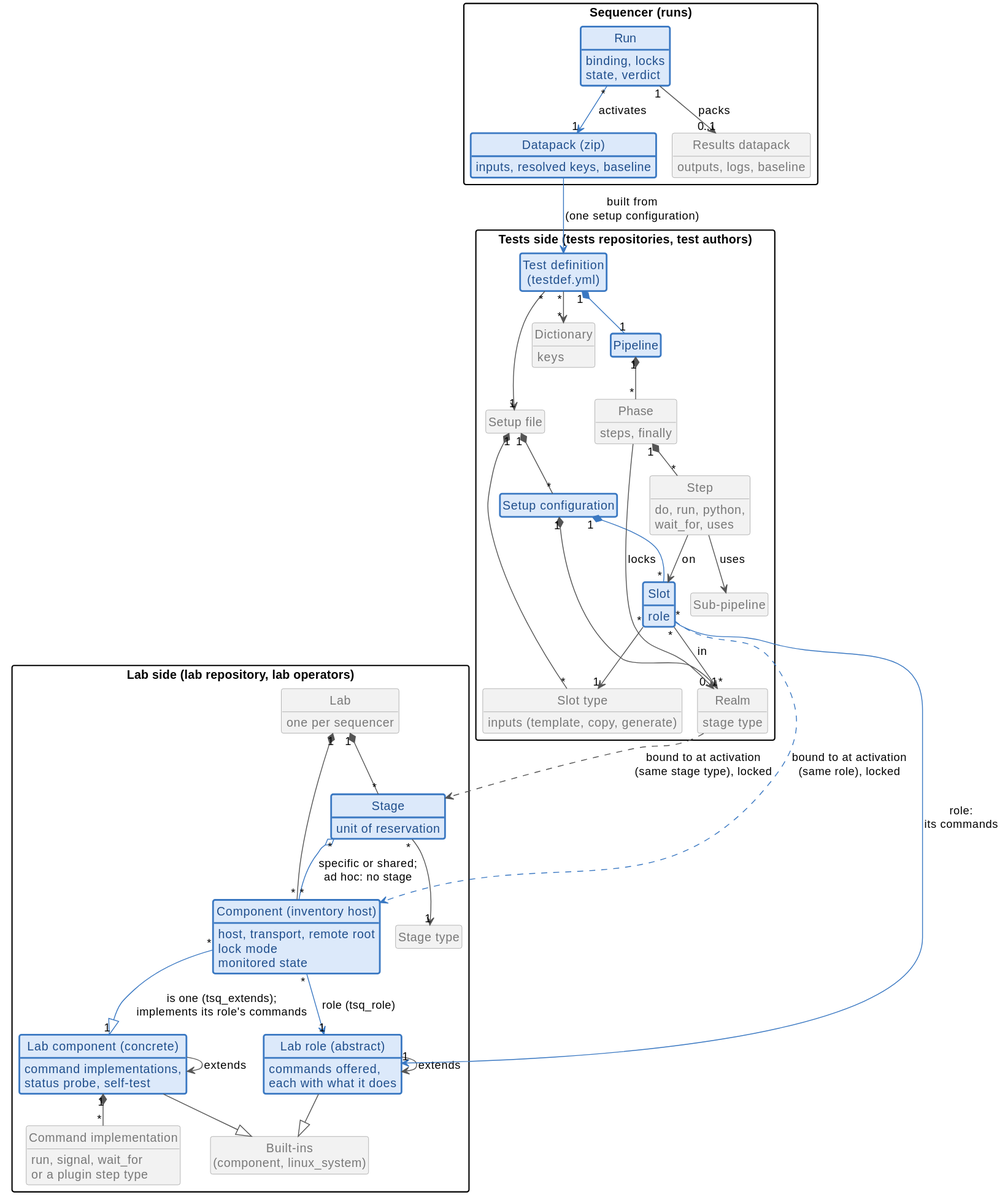
laurentmldev/testsuit keeps this PlantUML diagram as docs/diagrams/data_model.svg. Above is the earlier version.
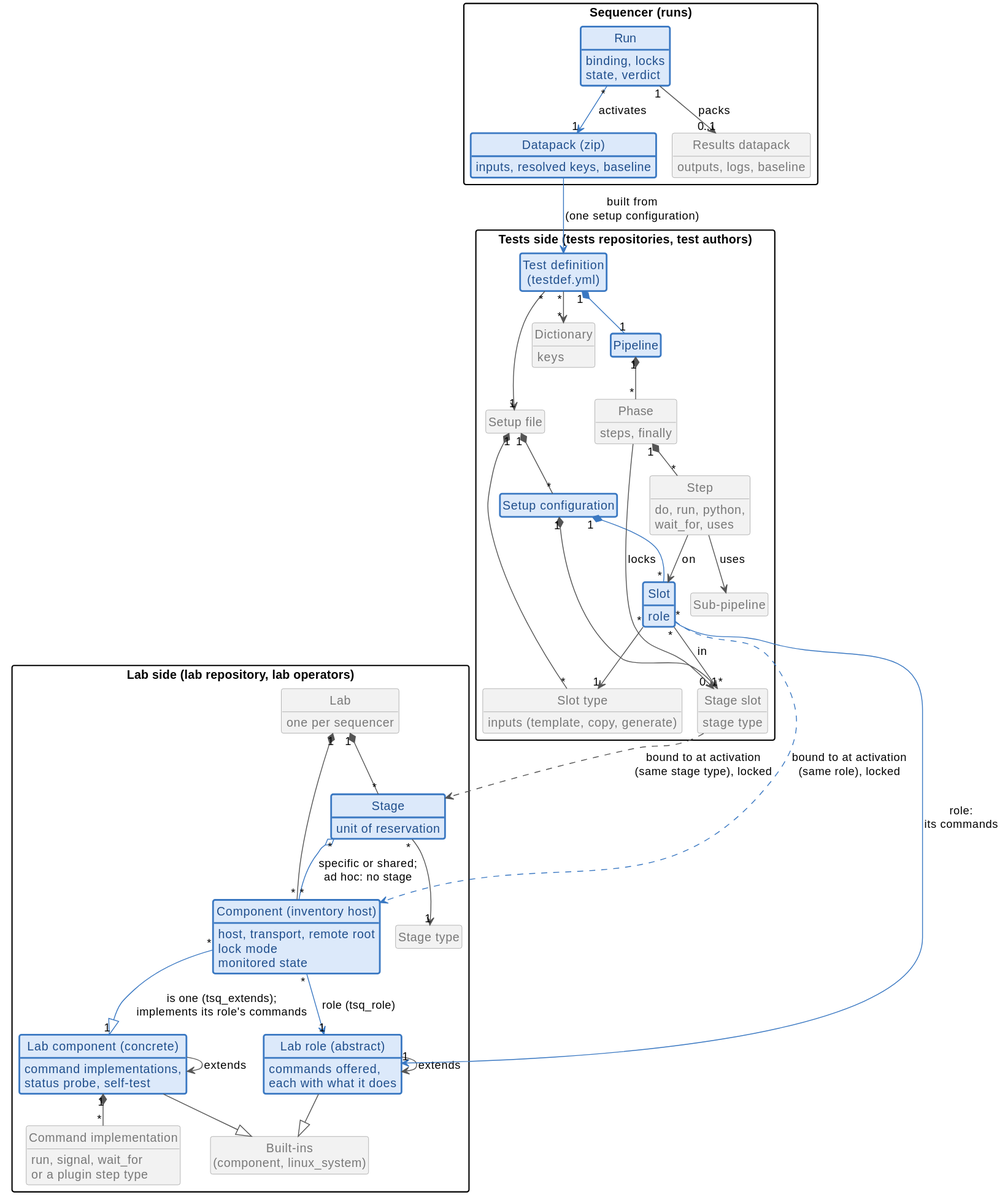
Above is the later version.

The edit, as a diff of the source:
```diff
@@ -46,7 +46,7 @@
   class "Test definition\n(testdef.yml)" as TestDef #DCE9FA;line:3A78C2;line.bold;text:1F4E8C
   class "Setup file" as Setup
   class "Setup configuration" as SetupConf #DCE9FA;line:3A78C2;line.bold;text:1F4E8C
-  class "Realm" as LStage {
+  class "Stage slot" as LStage {
     stage type
   }
   class "Slot" as LComp #DCE9FA;line:3A78C2;line.bold;text:1F4E8C {
```
